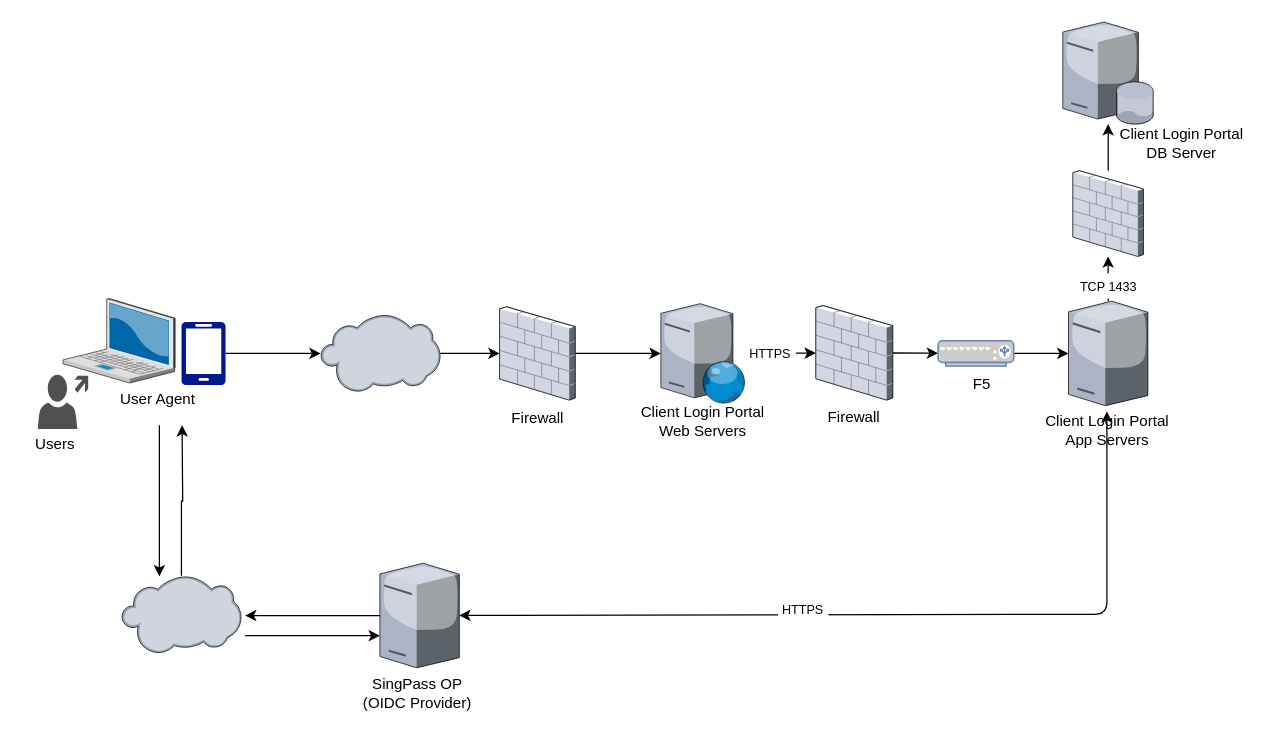
Above: page "Page-3" (3 of 3) of SP Diagram.drawio in myomyo/branch (draw.io), before the change. Source tidied: cells renumbered, new cells numbered last; positions are measured from the earlier drawing's top-left corner, leaving out a move shared by most shapes. Both pictures are drawn from the tidied source at 126%, with x=0, y=0 at pixel (20, 21).
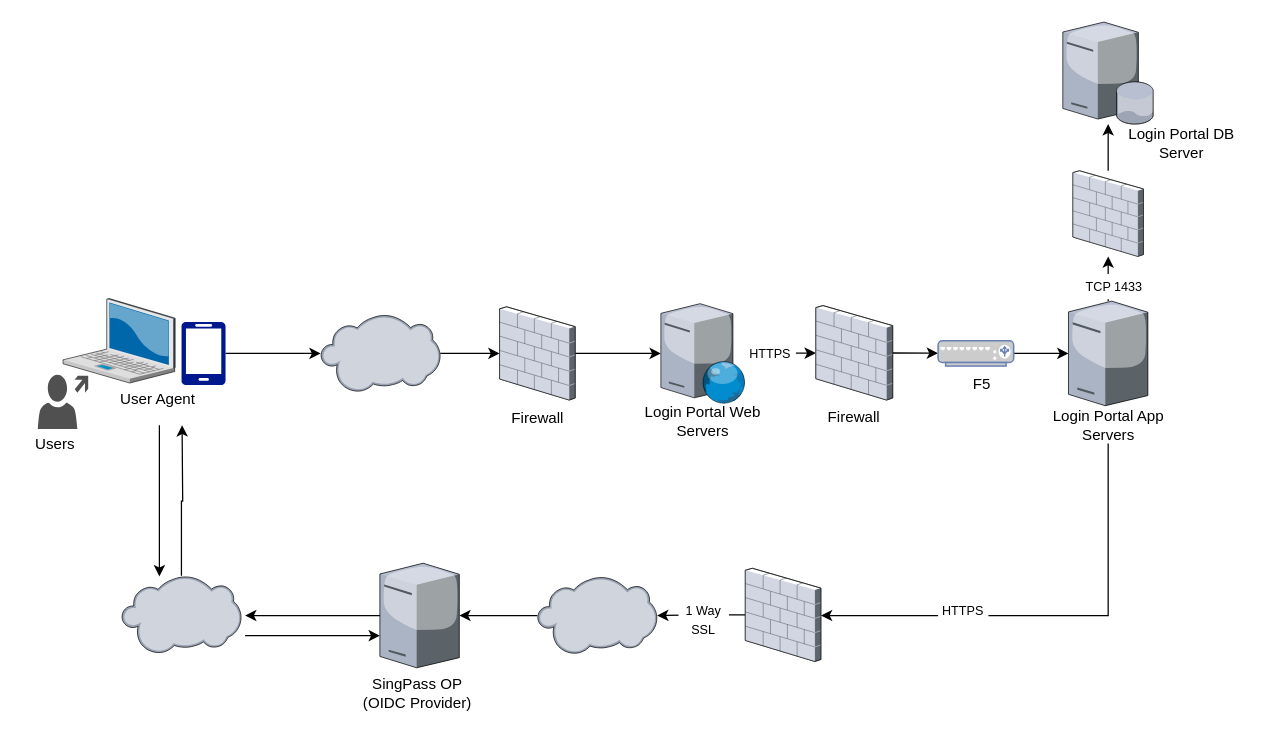
The same diagram, later.

Unchanged cells that the change refers to:
```xml
<mxCell id="16" style="verticalLabelPosition=bottom;html=1;verticalAlign=top;strokeColor=none;align=center;outlineConnect=0;shape=mxgraph.citrix.license_server;" parent="1" vertex="1">
  <mxGeometry x="285" y="429.5" width="63" height="83" as="geometry" />
</mxCell>
```

Change to the diagram source:
```diff
@@
-    <mxCell id="19" value="Client Login Portal Web Servers" style="text;html=1;strokeColor=none;fillColor=none;align=center;verticalAlign=middle;whiteSpace=wrap;rounded=0;" parent="1" vertex="1">
+    <mxCell id="19" value="Login Portal Web Servers" style="text;html=1;strokeColor=none;fillColor=none;align=center;verticalAlign=middle;whiteSpace=wrap;rounded=0;" parent="1" vertex="1">
       <mxGeometry x="488" y="301.5" width="107" height="30" as="geometry" />
     </mxCell>
@@
-    <mxCell id="24" value="Client Login Portal App Servers" style="text;html=1;strokeColor=none;fillColor=none;align=center;verticalAlign=middle;whiteSpace=wrap;rounded=0;" parent="1" vertex="1">
-      <mxGeometry x="808.5" y="309" width="107" height="30" as="geometry" />
-    </mxCell>
-    <mxCell id="25" value="Client Login Portal DB Server" style="text;html=1;strokeColor=none;fillColor=none;align=center;verticalAlign=middle;whiteSpace=wrap;rounded=0;" parent="1" vertex="1">
+    <mxCell id="25" value="Login Portal DB Server" style="text;html=1;strokeColor=none;fillColor=none;align=center;verticalAlign=middle;whiteSpace=wrap;rounded=0;" parent="1" vertex="1">
       <mxGeometry x="868" y="81" width="107" height="30" as="geometry" />
     </mxCell>
@@
     <mxCell id="36" value="&lt;font style=&quot;font-size: 10px&quot;&gt;TCP 1433&lt;/font&gt;" style="text;html=1;strokeColor=none;fillColor=#FFFFFF;align=center;verticalAlign=middle;whiteSpace=wrap;rounded=0;" parent="1" vertex="1">
-      <mxGeometry x="836.5" y="199.5" width="53" height="20" as="geometry" />
+      <mxGeometry x="837" y="200" width="62" height="20" as="geometry" />
     </mxCell>
@@
-    <mxCell id="39" style="endArrow=classic;startArrow=classic;html=1;strokeColor=#000000;entryX=0.5;entryY=0;entryDx=0;entryDy=0;" parent="1" edge="1" source="16" target="24">
-      <mxGeometry relative="1" as="geometry">
-        <Array as="points">
-          <mxPoint x="862" y="470" />
-        </Array>
-      </mxGeometry>
-    </mxCell>
+    <mxCell id="41" style="edgeStyle=orthogonalEdgeStyle;rounded=0;jettySize=auto;html=1;strokeColor=#000000;" parent="1" edge="1" source="42" target="44">
+      <mxGeometry relative="1" as="geometry" />
+    </mxCell>
+    <mxCell id="42" style="verticalLabelPosition=bottom;html=1;verticalAlign=top;strokeColor=none;align=center;outlineConnect=0;shape=mxgraph.citrix.firewall;" parent="1" vertex="1">
+      <mxGeometry x="575" y="433.5" width="60" height="74" as="geometry" />
+    </mxCell>
+    <mxCell id="43" style="edgeStyle=orthogonalEdgeStyle;rounded=0;jettySize=auto;html=1;strokeColor=#000000;" parent="1" edge="1" source="44" target="16">
+      <mxGeometry relative="1" as="geometry" />
+    </mxCell>
+    <mxCell id="44" style="verticalLabelPosition=bottom;html=1;verticalAlign=top;strokeColor=none;align=center;outlineConnect=0;shape=mxgraph.citrix.cloud;" parent="1" vertex="1">
+      <mxGeometry x="410" y="440" width="95" height="62" as="geometry" />
+    </mxCell>
+    <mxCell id="45" style="edgeStyle=orthogonalEdgeStyle;rounded=0;jettySize=auto;html=1;exitX=0.5;exitY=1;exitDx=0;exitDy=0;strokeColor=#000000;" parent="1" edge="1" source="46" target="42">
+      <mxGeometry relative="1" as="geometry">
+        <Array as="points">
+          <mxPoint x="863" y="471" />
+        </Array>
+      </mxGeometry>
+    </mxCell>
+    <mxCell id="46" value="Login Portal App Servers" style="text;html=1;strokeColor=none;fillColor=none;align=center;verticalAlign=middle;whiteSpace=wrap;rounded=0;" parent="1" vertex="1">
+      <mxGeometry x="809.5" y="304.5" width="107" height="30" as="geometry" />
+    </mxCell>
     <mxCell id="40" value="&lt;font style=&quot;font-size: 10px&quot;&gt;HTTPS&lt;/font&gt;" style="text;html=1;strokeColor=none;fillColor=#FFFFFF;align=center;verticalAlign=middle;whiteSpace=wrap;rounded=0;" parent="1" vertex="1">
-      <mxGeometry x="601" y="456" width="40" height="20" as="geometry" />
+      <mxGeometry x="728" y="457" width="40" height="20" as="geometry" />
     </mxCell>
+    <mxCell id="47" value="&lt;font style=&quot;font-size: 10px&quot;&gt;1 Way SSL&lt;/font&gt;" style="text;html=1;strokeColor=none;fillColor=#FFFFFF;align=center;verticalAlign=middle;whiteSpace=wrap;rounded=0;" parent="1" vertex="1">
+      <mxGeometry x="522" y="459" width="40" height="30" as="geometry" />
+    </mxCell>
```
